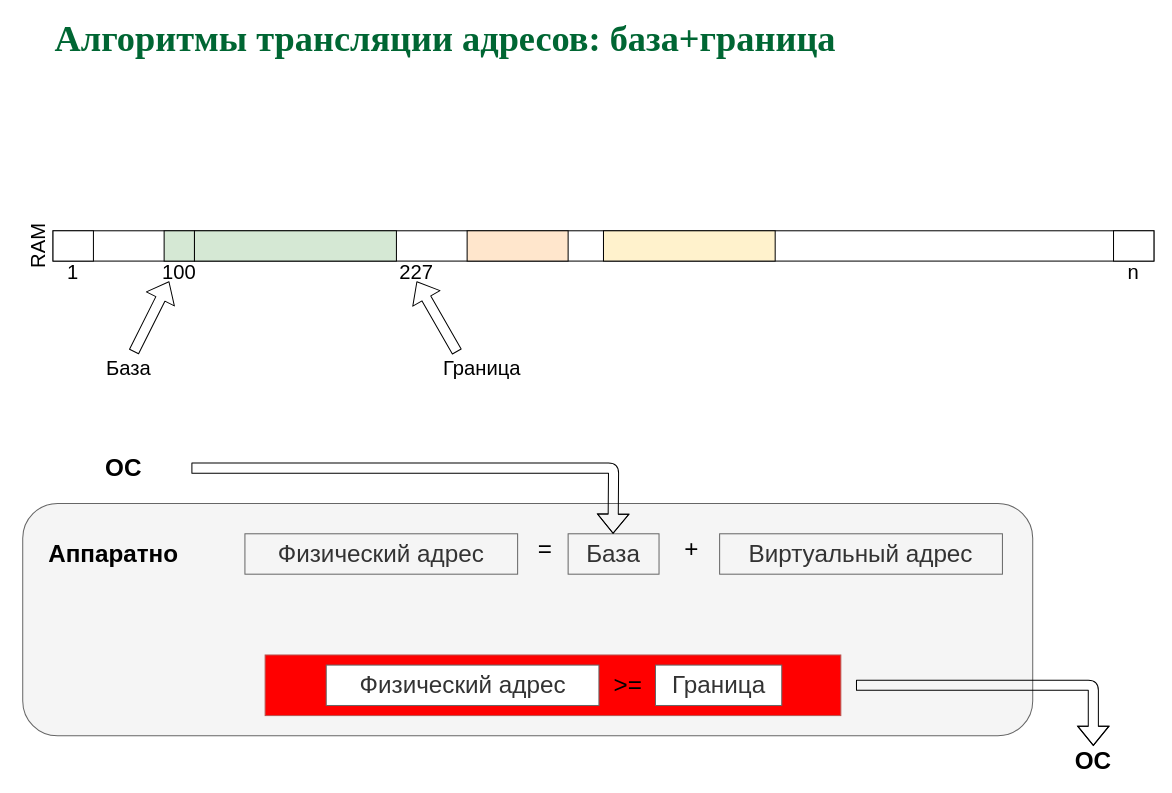
The draw.io diagram page "P13" (13 of 34) of slides/memmgt.drawio in 77maxikov/os_course, before the edit. Source tidied: cells renumbered, new cells numbered last; positions are measured from the earlier drawing's top-left corner, leaving out a move shared by most shapes. Both pictures are drawn from the tidied source at 101%, with x=0, y=0 at pixel (12, 28).
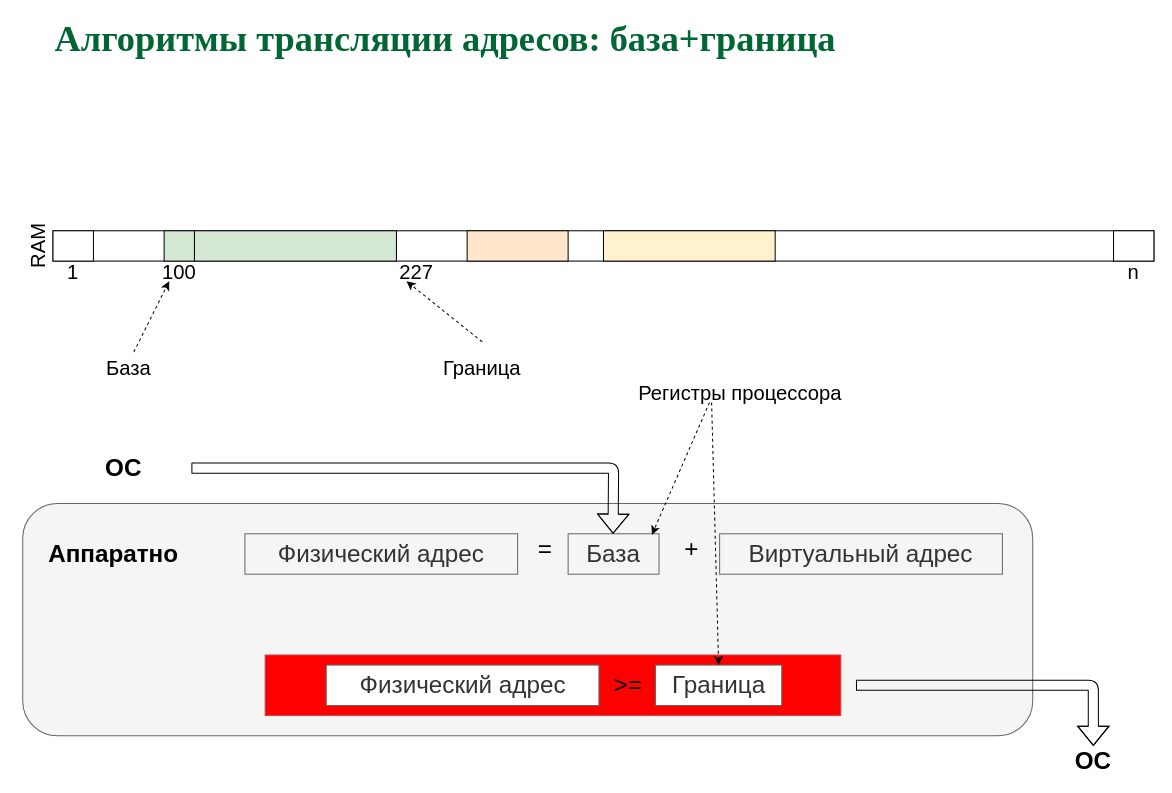
The same page after the edit.

The change refers to these unchanged cells:
```xml
<mxCell id="11" value="&lt;font style=&quot;font-size: 20px&quot;&gt;100&lt;/font&gt;" style="text;html=1;strokeColor=none;fillColor=none;align=center;verticalAlign=middle;whiteSpace=wrap;rounded=0;" parent="1" vertex="1">
  <mxGeometry x="145" y="230" width="40" height="20" as="geometry" />
</mxCell>
<mxCell id="17" value="&lt;font style=&quot;font-size: 20px&quot;&gt;227&lt;/font&gt;" style="text;html=1;strokeColor=none;fillColor=none;align=center;verticalAlign=middle;whiteSpace=wrap;rounded=0;" parent="1" vertex="1">
  <mxGeometry x="380" y="230" width="40" height="20" as="geometry" />
</mxCell>
<mxCell id="23" value="&lt;font style=&quot;font-size: 24px&quot;&gt;База&lt;/font&gt;" style="text;html=1;strokeColor=#666666;fillColor=#f5f5f5;align=center;verticalAlign=middle;whiteSpace=wrap;rounded=0;fontColor=#333333;" parent="1" vertex="1">
  <mxGeometry x="550" y="500" width="90" height="40" as="geometry" />
</mxCell>
<mxCell id="26" value="&lt;font style=&quot;font-size: 24px&quot;&gt;Граница&lt;/font&gt;" style="text;html=1;strokeColor=#666666;fillColor=#FFFFFF;align=center;verticalAlign=middle;whiteSpace=wrap;rounded=0;fontColor=#333333;" parent="1" vertex="1">
  <mxGeometry x="636.5" y="630" width="125" height="40" as="geometry" />
</mxCell>
```

The edit, as a diff of the source:
```diff
@@
-    <mxCell id="18" style="shape=flexArrow;endArrow=classic;html=1;entryX=0.25;entryY=1;entryDx=0;entryDy=0;" parent="1" edge="1" target="11">
-      <mxGeometry relative="1" as="geometry">
-        <mxPoint x="120" y="320" as="sourcePoint" />
-      </mxGeometry>
-    </mxCell>
@@
-    <mxCell id="20" style="shape=flexArrow;endArrow=classic;html=1;entryX=0.5;entryY=1;entryDx=0;entryDy=0;" parent="1" edge="1" target="17">
-      <mxGeometry relative="1" as="geometry">
-        <mxPoint x="440" y="320" as="sourcePoint" />
-      </mxGeometry>
-    </mxCell>
@@
+    <mxCell id="34" style="endArrow=classic;html=1;dashed=1;entryX=0.25;entryY=1;entryDx=0;entryDy=0;" parent="1" edge="1">
+      <mxGeometry relative="1" as="geometry">
+        <mxPoint x="120" y="320" as="sourcePoint" />
+        <mxPoint x="155" y="250" as="targetPoint" />
+      </mxGeometry>
+    </mxCell>
+    <mxCell id="35" style="endArrow=classic;html=1;dashed=1;entryX=0.25;entryY=1;entryDx=0;entryDy=0;exitX=0.5;exitY=0;exitDx=0;exitDy=0;" parent="1" edge="1">
+      <mxGeometry relative="1" as="geometry">
+        <mxPoint x="465" y="310" as="sourcePoint" />
+        <mxPoint x="390" y="250" as="targetPoint" />
+      </mxGeometry>
+    </mxCell>
+    <mxCell id="36" style="endArrow=classic;html=1;dashed=1;entryX=0.922;entryY=0.025;entryDx=0;entryDy=0;entryPerimeter=0;" parent="1" edge="1" target="23">
+      <mxGeometry relative="1" as="geometry">
+        <mxPoint x="690" y="370" as="sourcePoint" />
+      </mxGeometry>
+    </mxCell>
+    <mxCell id="37" value="&lt;font style=&quot;font-size: 20px&quot;&gt;Регистры процессора&lt;/font&gt;" style="text;html=1;align=center;verticalAlign=middle;points=[];" parent="1" vertex="1">
+      <mxGeometry x="610" y="350" width="220" height="20" as="geometry" />
+    </mxCell>
+    <mxCell id="38" style="endArrow=classic;html=1;dashed=1;entryX=0.5;entryY=0;entryDx=0;entryDy=0;exitX=0.373;exitY=1;exitDx=0;exitDy=0;exitPerimeter=0;" parent="1" edge="1" source="37" target="26">
+      <mxGeometry relative="1" as="geometry" />
+    </mxCell>
```
